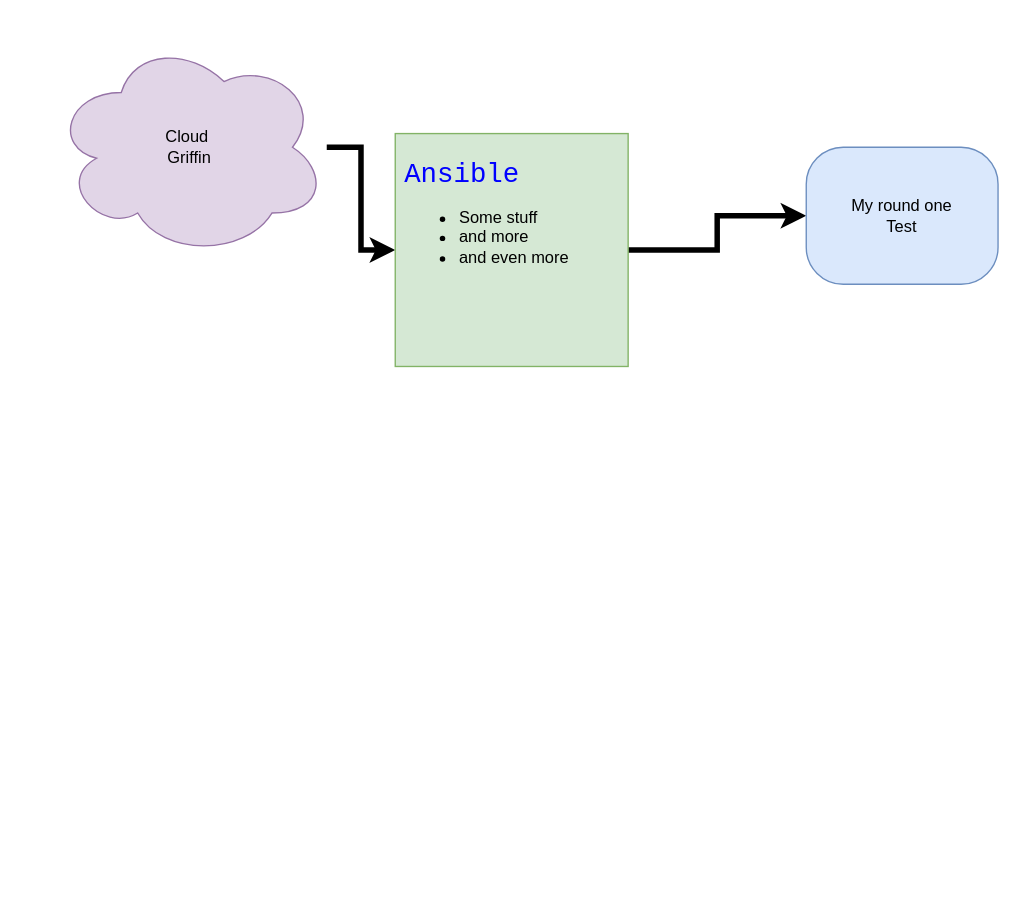
ggriffin924/slack-msg keeps this draw.io diagram as page "Page-2" (2 of 2) of Untitled Diagram.drawio. Above is the earlier version. Source tidied: cells renumbered, new cells numbered last; positions are measured from the earlier drawing's top-left corner, leaving out a move shared by most shapes. Both pictures are drawn from the tidied source at 137%, with x=0, y=0 at pixel (52, 37).
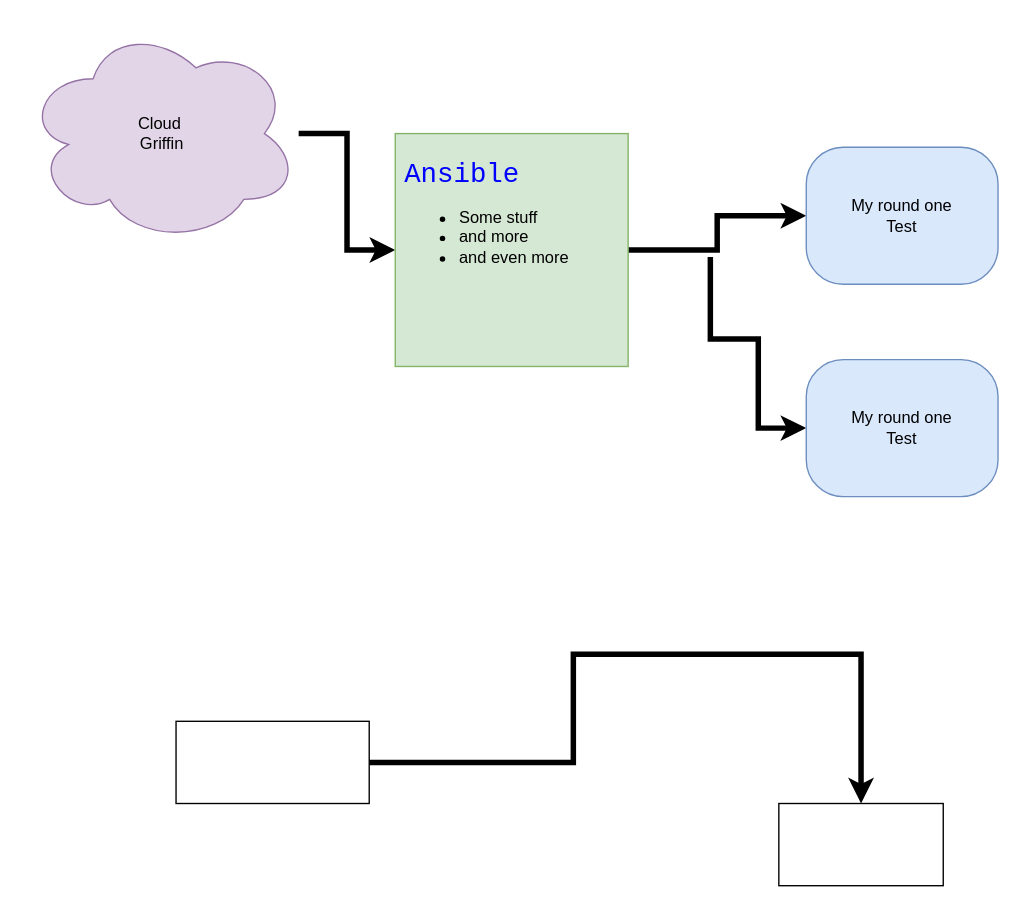
The same diagram, later.

The edit, as a diff of the source:
```diff
@@
 <mxGraphModel>
   <root>
     <mxCell id="0" />
     <mxCell id="1" parent="0" />
     <mxCell id="2" style="edgeStyle=orthogonalEdgeStyle;rounded=0;jettySize=auto;html=1;entryX=0;entryY=0.5;entryDx=0;entryDy=0;strokeWidth=4;" parent="1" edge="1" source="3" target="5">
       <mxGeometry relative="1" as="geometry" />
     </mxCell>
     <mxCell id="3" value="Cloud&amp;nbsp;&lt;br&gt;Griffin&lt;br&gt;" style="ellipse;shape=cloud;whiteSpace=wrap;html=1;fillColor=#e1d5e7;strokeColor=#9673a6;" parent="1" vertex="1">
-      <mxGeometry width="200" height="160" as="geometry" />
+      <mxGeometry x="-20.5" y="-10" width="200" height="160" as="geometry" />
     </mxCell>
-    <mxCell id="4" style="edgeStyle=orthogonalEdgeStyle;rounded=0;jettySize=auto;html=1;entryX=0;entryY=0.5;entryDx=0;entryDy=0;strokeWidth=4;" parent="1" edge="1" source="5" target="6">
+    <mxCell id="4" style="edgeStyle=orthogonalEdgeStyle;rounded=0;jettySize=auto;html=1;strokeWidth=4;entryX=0;entryY=0.5;entryDx=0;entryDy=0;" parent="1" edge="1" source="5" target="6">
       <mxGeometry relative="1" as="geometry" />
     </mxCell>
     <mxCell id="5" value="&lt;p style=&quot;line-height: 110%&quot;&gt;&lt;/p&gt;&lt;div style=&quot;text-align: left&quot;&gt;&lt;pre&gt;&lt;font style=&quot;font-size: 20px&quot; color=&quot;#0000ff&quot;&gt;Ansible&lt;/font&gt;&lt;/pre&gt;&lt;ul&gt;&lt;li&gt;&lt;span&gt;Some stuff&lt;/span&gt;&lt;/li&gt;&lt;li&gt;&lt;span&gt;and more&amp;nbsp;&lt;/span&gt;&lt;/li&gt;&lt;li&gt;&lt;span&gt;and even more&lt;/span&gt;&lt;/li&gt;&lt;/ul&gt;&lt;/div&gt;&lt;p&gt;&lt;/p&gt;" style="whiteSpace=wrap;html=1;fillColor=#d5e8d4;strokeColor=#82b366;align=left;verticalAlign=top;spacingLeft=5;" parent="1" vertex="1">
       <mxGeometry x="250" y="70" width="170" height="170" as="geometry" />
     </mxCell>
     <mxCell id="6" value="My round one&lt;br&gt;Test&lt;br&gt;" style="rounded=1;whiteSpace=wrap;html=1;arcSize=27;fillColor=#dae8fc;strokeColor=#6c8ebf;" parent="1" vertex="1">
       <mxGeometry x="550" y="80" width="140" height="100" as="geometry" />
     </mxCell>
+    <mxCell id="7" style="edgeStyle=orthogonalEdgeStyle;rounded=0;jettySize=auto;html=1;strokeWidth=4;entryX=0;entryY=0.5;entryDx=0;entryDy=0;" parent="1" edge="1" target="8">
+      <mxGeometry relative="1" as="geometry">
+        <mxPoint x="480" y="160" as="sourcePoint" />
+        <Array as="points">
+          <mxPoint x="480" y="220" />
+          <mxPoint x="515" y="220" />
+          <mxPoint x="515" y="285" />
+        </Array>
+      </mxGeometry>
+    </mxCell>
+    <mxCell id="8" value="My round one&lt;br&gt;Test&lt;br&gt;" style="rounded=1;whiteSpace=wrap;html=1;arcSize=27;fillColor=#dae8fc;strokeColor=#6c8ebf;" parent="1" vertex="1">
+      <mxGeometry x="550" y="235" width="140" height="100" as="geometry" />
+    </mxCell>
+    <mxCell id="9" style="edgeStyle=orthogonalEdgeStyle;rounded=0;jettySize=auto;html=1;strokeWidth=4;" parent="1" edge="1" source="10" target="11">
+      <mxGeometry relative="1" as="geometry">
+        <Array as="points">
+          <mxPoint x="380" y="529" />
+          <mxPoint x="380" y="450" />
+          <mxPoint x="590" y="450" />
+        </Array>
+      </mxGeometry>
+    </mxCell>
+    <mxCell id="10" style="rounded=0;whiteSpace=wrap;html=1;align=left;" parent="1" vertex="1">
+      <mxGeometry x="90" y="499" width="141" height="60" as="geometry" />
+    </mxCell>
+    <mxCell id="11" style="rounded=0;whiteSpace=wrap;html=1;align=left;" parent="1" vertex="1">
+      <mxGeometry x="530" y="559" width="120" height="60" as="geometry" />
+    </mxCell>
   </root>
 </mxGraphModel>
```
